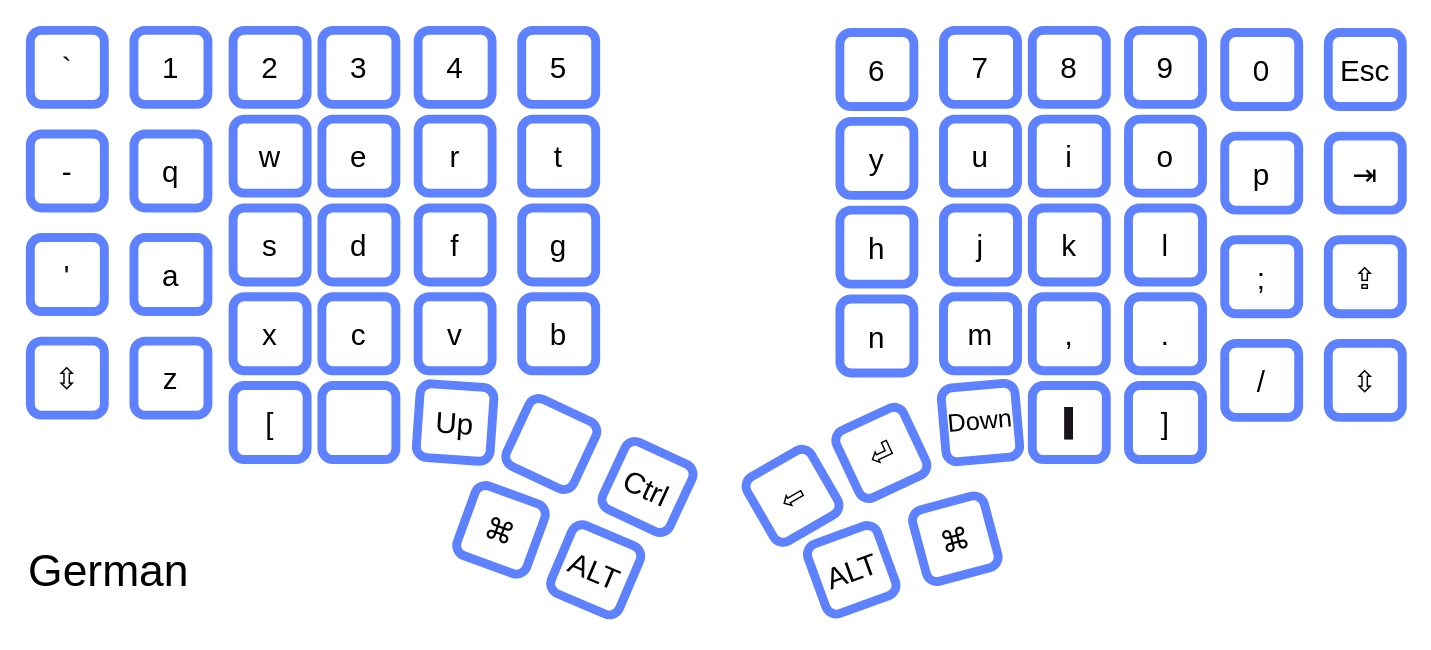
This is page "Ge - Mac" (15 of 16) of layouts.drawio from maxistar/dacty, a draw.io file, before an edit. Source tidied: cells renumbered, new cells numbered last; positions are measured from the earlier drawing's top-left corner, leaving out a move shared by most shapes. Both pictures are drawn from the tidied source at 148%, with x=0, y=0 at pixel (25, 30).
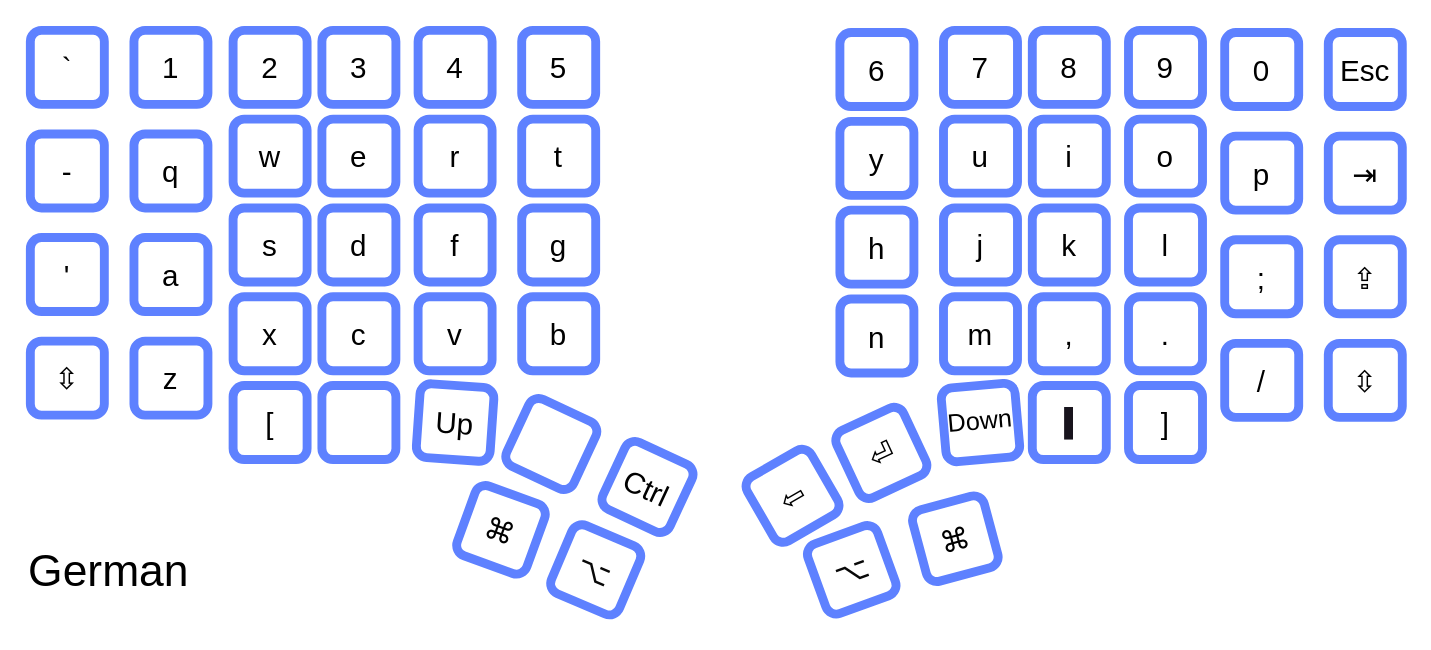
Above is the later version.

The edit, as a diff of the source:
```diff
@@
-    <mxCell id="30" value="&lt;font style=&quot;font-size: 20px;&quot;&gt;ALT&lt;/font&gt;" style="rounded=1;whiteSpace=wrap;html=1;strokeWidth=6;strokeColor=#5E81FF;rotation=23;" parent="1" vertex="1">
+    <mxCell id="30" value="&lt;pre style=&quot;color: rgb(8, 8, 8);&quot;&gt;&lt;font style=&quot;font-size: 20px;&quot; face=&quot;Helvetica&quot;&gt;⌥&lt;/font&gt;&lt;/pre&gt;" style="rounded=1;whiteSpace=wrap;html=1;strokeWidth=6;strokeColor=#5E81FF;rotation=23;" parent="1" vertex="1">
       <mxGeometry x="360" y="339.5" width="50" height="50" as="geometry" />
     </mxCell>
@@
-    <mxCell id="60" value="&lt;font style=&quot;font-size: 20px;&quot;&gt;ALT&lt;/font&gt;" style="rounded=1;whiteSpace=wrap;html=1;strokeWidth=6;strokeColor=#5E81FF;rotation=-20;" parent="1" vertex="1">
+    <mxCell id="60" value="&lt;div style=&quot;color: rgb(8, 8, 8);&quot;&gt;&lt;pre style=&quot;&quot;&gt;&lt;font face=&quot;Helvetica&quot; style=&quot;font-size: 20px;&quot;&gt;⌥&lt;/font&gt;&lt;/pre&gt;&lt;/div&gt;" style="rounded=1;whiteSpace=wrap;html=1;strokeWidth=6;strokeColor=#5E81FF;rotation=-20;" parent="1" vertex="1">
       <mxGeometry x="533" y="339.5" width="50" height="50" as="geometry" />
     </mxCell>
```
